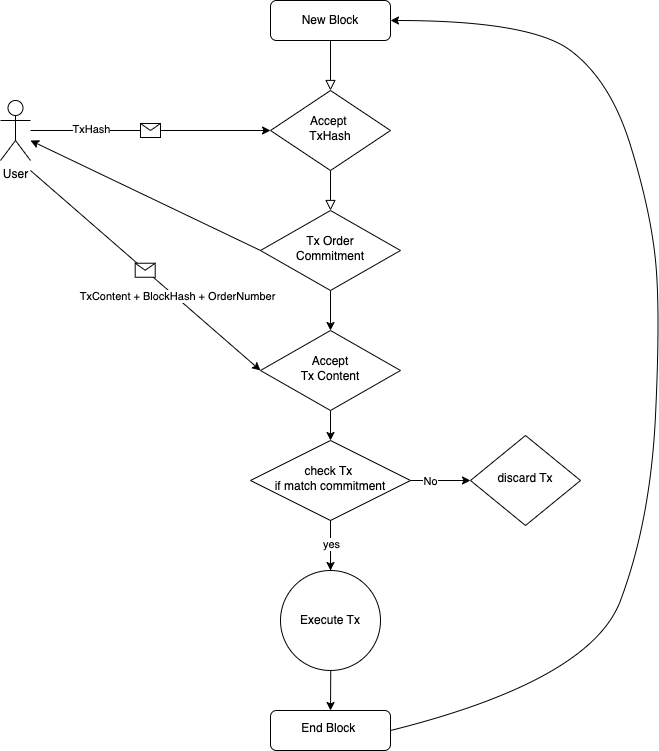
This is MEVless/docs/mevless.png from yu-org/nine-tripods, a draw.io export, as it was before one commit. Source tidied: cells renumbered, new cells last; positions are measured from the earlier drawing's top-left corner, leaving out a move shared by most shapes. Source of this version:
```xml
<mxGraphModel>
  <root>
    <mxCell id="0" />
    <mxCell id="1" parent="0" />
    <mxCell id="2" style="rounded=0;html=1;jettySize=auto;fontSize=11;endArrow=block;endFill=0;endSize=8;strokeWidth=1;shadow=0;labelBackgroundColor=none;edgeStyle=orthogonalEdgeStyle;" parent="1" edge="1" source="3" target="5">
      <mxGeometry relative="1" as="geometry" />
    </mxCell>
    <mxCell id="3" value="New Block" style="rounded=1;whiteSpace=wrap;html=1;fontSize=12;glass=0;strokeWidth=1;shadow=0;" parent="1" vertex="1">
      <mxGeometry x="270" width="120" height="40" as="geometry" />
    </mxCell>
    <mxCell id="4" style="rounded=0;html=1;jettySize=auto;fontSize=11;endArrow=block;endFill=0;endSize=8;strokeWidth=1;shadow=0;labelBackgroundColor=none;edgeStyle=orthogonalEdgeStyle;" parent="1" edge="1" source="5" target="7">
      <mxGeometry y="20" relative="1" as="geometry" />
    </mxCell>
    <mxCell id="5" value="Accept&amp;nbsp;&lt;div&gt;TxHash&lt;/div&gt;" style="rhombus;whiteSpace=wrap;html=1;shadow=0;fontFamily=Helvetica;fontSize=12;align=center;strokeWidth=1;spacing=6;spacingTop=-4;" parent="1" vertex="1">
      <mxGeometry x="270" y="90" width="120" height="80" as="geometry" />
    </mxCell>
    <mxCell id="6" style="edgeStyle=orthogonalEdgeStyle;rounded=0;jettySize=auto;html=1;" parent="1" edge="1" source="7" target="9">
      <mxGeometry relative="1" as="geometry" />
    </mxCell>
    <mxCell id="7" value="&lt;div&gt;Tx Order&lt;/div&gt;Commitment" style="rhombus;whiteSpace=wrap;html=1;shadow=0;fontFamily=Helvetica;fontSize=12;align=center;strokeWidth=1;spacing=6;spacingTop=-4;" parent="1" vertex="1">
      <mxGeometry x="260" y="210" width="140" height="80" as="geometry" />
    </mxCell>
    <mxCell id="8" style="edgeStyle=orthogonalEdgeStyle;rounded=0;jettySize=auto;html=1;" parent="1" edge="1" source="9" target="23">
      <mxGeometry relative="1" as="geometry" />
    </mxCell>
    <mxCell id="9" value="Accept&lt;div&gt;Tx Content&lt;/div&gt;" style="rhombus;whiteSpace=wrap;html=1;shadow=0;fontFamily=Helvetica;fontSize=12;align=center;strokeWidth=1;spacing=6;spacingTop=-4;" parent="1" vertex="1">
      <mxGeometry x="260" y="330" width="140" height="80" as="geometry" />
    </mxCell>
    <mxCell id="10" style="edgeStyle=orthogonalEdgeStyle;rounded=0;jettySize=auto;html=1;" parent="1" edge="1" target="12">
      <mxGeometry relative="1" as="geometry">
        <mxPoint x="330" y="550" as="sourcePoint" />
      </mxGeometry>
    </mxCell>
    <mxCell id="11" style="curved=1;endArrow=classic;html=1;rounded=0;exitX=1;exitY=0.5;exitDx=0;exitDy=0;entryX=1;entryY=0.5;entryDx=0;entryDy=0;" parent="1" edge="1" source="12" target="3">
      <mxGeometry relative="1" as="geometry">
        <Array as="points">
          <mxPoint x="590" y="680" />
          <mxPoint x="650" y="520" />
          <mxPoint x="660" y="310" />
          <mxPoint x="650" y="210" />
          <mxPoint x="610" y="80" />
          <mxPoint x="530" y="20" />
        </Array>
      </mxGeometry>
    </mxCell>
    <mxCell id="12" value="End Block&amp;nbsp;" style="rounded=1;whiteSpace=wrap;html=1;shadow=0;strokeWidth=1;spacing=6;spacingTop=-4;" parent="1" vertex="1">
      <mxGeometry x="270" y="710" width="120" height="40" as="geometry" />
    </mxCell>
    <mxCell id="13" value="Execute Tx" style="ellipse;whiteSpace=wrap;html=1;" parent="1" vertex="1">
      <mxGeometry x="280" y="570" width="100" height="100" as="geometry" />
    </mxCell>
    <mxCell id="14" value="User" style="shape=umlActor;verticalLabelPosition=bottom;verticalAlign=top;html=1;outlineConnect=0;" parent="1" vertex="1">
      <mxGeometry y="100" width="30" height="60" as="geometry" />
    </mxCell>
    <mxCell id="15" style="endArrow=classic;html=1;rounded=0;entryX=0;entryY=0.5;entryDx=0;entryDy=0;" parent="1" edge="1" source="14" target="5">
      <mxGeometry relative="1" as="geometry" />
    </mxCell>
    <mxCell id="16" style="shape=message;html=1;" parent="15" vertex="1">
      <mxGeometry width="20" height="14" relative="1" as="geometry">
        <mxPoint x="-10" y="-7" as="offset" />
      </mxGeometry>
    </mxCell>
    <mxCell id="17" value="TxHash" style="edgeLabel;html=1;align=center;verticalAlign=middle;" parent="15" vertex="1">
      <mxGeometry x="0.14" y="2" relative="1" as="geometry">
        <mxPoint x="-77" as="offset" />
      </mxGeometry>
    </mxCell>
    <mxCell id="18" style="endArrow=classic;html=1;rounded=0;entryX=0;entryY=0.5;entryDx=0;entryDy=0;" parent="1" edge="1" target="9">
      <mxGeometry relative="1" as="geometry">
        <mxPoint x="30" y="170" as="sourcePoint" />
      </mxGeometry>
    </mxCell>
    <mxCell id="19" style="shape=message;html=1;" parent="18" vertex="1">
      <mxGeometry width="20" height="14" relative="1" as="geometry">
        <mxPoint x="-10" y="-7" as="offset" />
      </mxGeometry>
    </mxCell>
    <mxCell id="20" value="TxContent + BlockHash + OrderNumber" style="edgeLabel;html=1;align=center;verticalAlign=middle;" parent="18" vertex="1">
      <mxGeometry x="0.27" y="2" relative="1" as="geometry" />
    </mxCell>
    <mxCell id="21" style="edgeStyle=orthogonalEdgeStyle;rounded=0;jettySize=auto;html=1;" parent="1" edge="1" source="23" target="26">
      <mxGeometry relative="1" as="geometry" />
    </mxCell>
    <mxCell id="22" value="No" style="edgeLabel;html=1;align=center;verticalAlign=middle;" parent="21" vertex="1">
      <mxGeometry x="-0.37" relative="1" as="geometry" />
    </mxCell>
    <mxCell id="23" value="check Tx&amp;nbsp;&lt;div&gt;if match commitment&lt;/div&gt;" style="rhombus;whiteSpace=wrap;html=1;shadow=0;fontFamily=Helvetica;fontSize=12;align=center;strokeWidth=1;spacing=6;spacingTop=-4;" parent="1" vertex="1">
      <mxGeometry x="250" y="440" width="160" height="80" as="geometry" />
    </mxCell>
    <mxCell id="24" style="endArrow=classic;html=1;rounded=0;entryX=0.5;entryY=0;entryDx=0;entryDy=0;exitX=0.5;exitY=1;exitDx=0;exitDy=0;" parent="1" edge="1" source="23" target="13">
      <mxGeometry relative="1" as="geometry" />
    </mxCell>
    <mxCell id="25" value="yes" style="edgeLabel;html=1;align=center;verticalAlign=middle;" parent="24" vertex="1">
      <mxGeometry x="-0.1" relative="1" as="geometry" />
    </mxCell>
    <mxCell id="26" value="discard Tx" style="rhombus;whiteSpace=wrap;html=1;shadow=0;strokeWidth=1;spacing=6;spacingTop=-4;" parent="1" vertex="1">
      <mxGeometry x="470" y="435" width="110" height="90" as="geometry" />
    </mxCell>
    <mxCell id="27" style="endArrow=classic;html=1;rounded=0;exitX=0;exitY=0.5;exitDx=0;exitDy=0;" parent="1" edge="1" source="7">
      <mxGeometry relative="1" as="geometry">
        <mxPoint x="30" y="140" as="targetPoint" />
      </mxGeometry>
    </mxCell>
  </root>
</mxGraphModel>
```
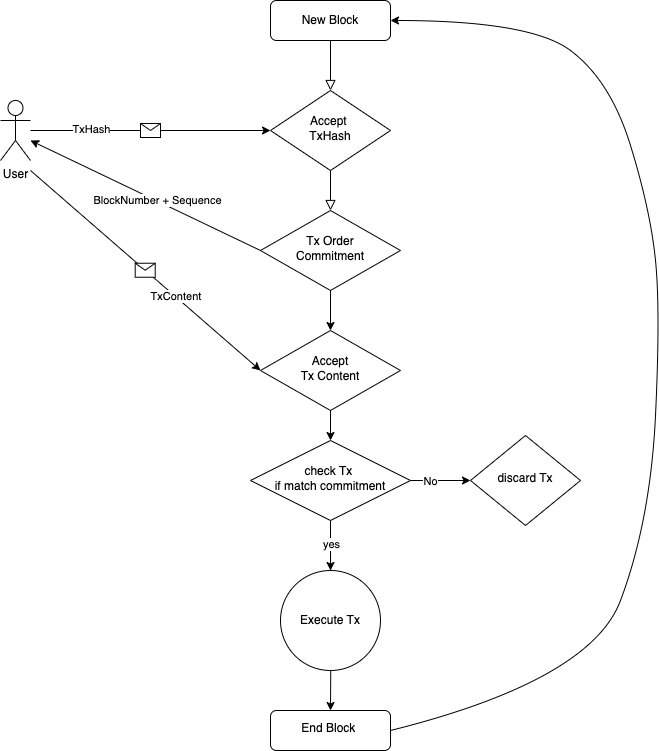
The same diagram one commit later.

Change to the diagram source:
```diff
@@ -75,7 +75,7 @@
         <mxPoint x="-10" y="-7" as="offset" />
       </mxGeometry>
     </mxCell>
-    <mxCell id="20" value="TxContent + BlockHash + OrderNumber" style="edgeLabel;html=1;align=center;verticalAlign=middle;" parent="18" vertex="1">
+    <mxCell id="20" value="TxContent&amp;nbsp;" style="edgeLabel;html=1;align=center;verticalAlign=middle;" parent="18" vertex="1">
       <mxGeometry x="0.27" y="2" relative="1" as="geometry" />
     </mxCell>
     <mxCell id="21" style="edgeStyle=orthogonalEdgeStyle;rounded=0;jettySize=auto;html=1;" parent="1" edge="1" source="23" target="26">
@@ -101,5 +101,10 @@
         <mxPoint x="30" y="140" as="targetPoint" />
       </mxGeometry>
     </mxCell>
+    <mxCell id="28" value="BlockNumber + Sequence" style="edgeLabel;html=1;align=center;verticalAlign=middle;" parent="27" vertex="1">
+      <mxGeometry x="-0.1" y="-1" relative="1" as="geometry">
+        <mxPoint x="-1" as="offset" />
+      </mxGeometry>
+    </mxCell>
   </root>
 </mxGraphModel>
```
